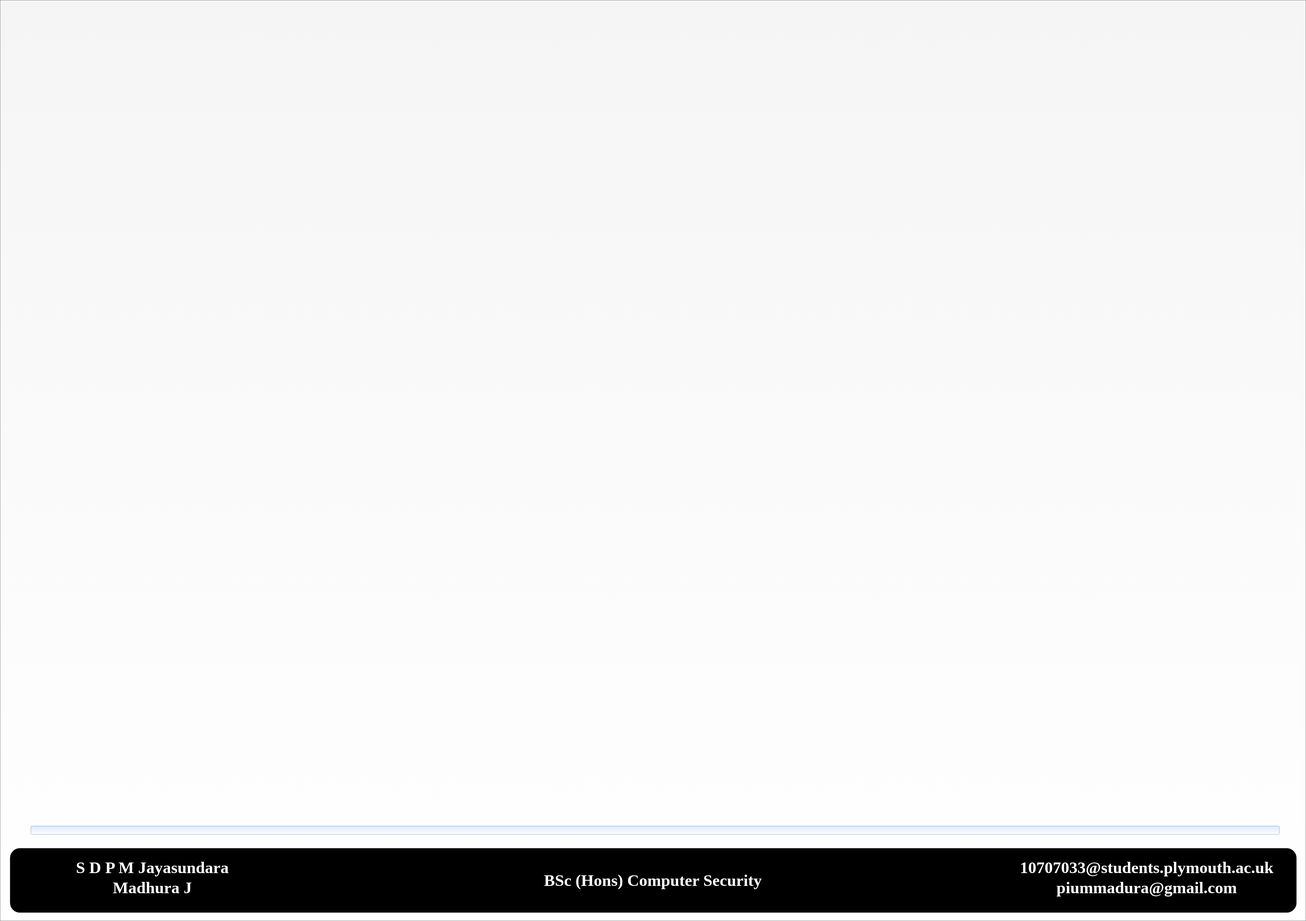
This is Test case 1/Untitled Diagram.drawio.svg from MaduraJ/Network-traffic-data-Visualization-tool-for-pfsense, a draw.io export, as it was before one commit. Source tidied: cells renumbered, new cells last; positions are measured from the earlier drawing's top-left corner, leaving out a move shared by most shapes.
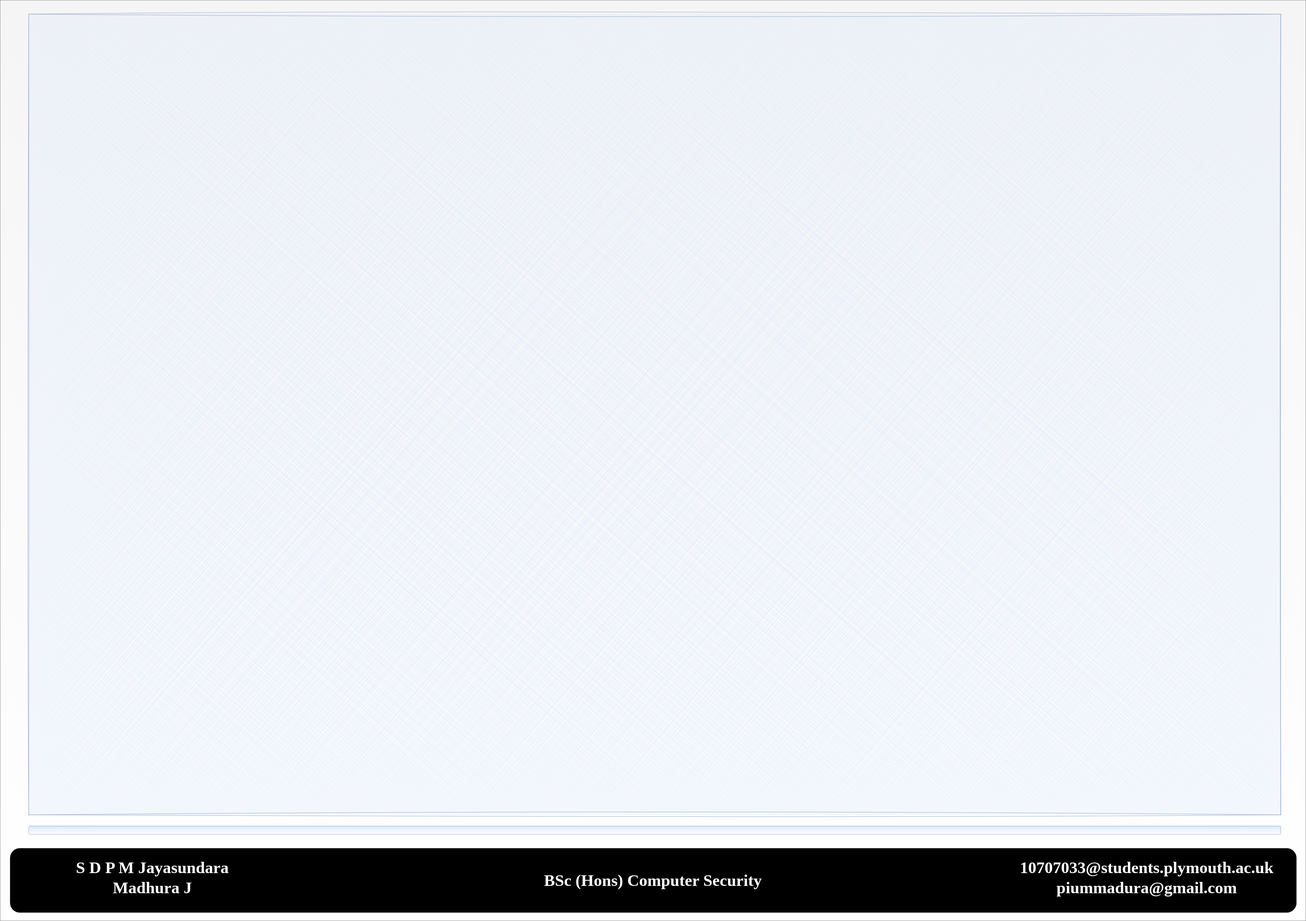
The same diagram one commit later.

Diff of the diagram source:
```diff
@@ -18,7 +18,10 @@
       <mxGeometry x="3600" y="3030" width="1020" height="230" as="geometry" />
     </mxCell>
     <mxCell id="7" style="rounded=1;whiteSpace=wrap;html=1;fontFamily=Times New Roman;fontSize=59;fillColor=#dae8fc;strokeColor=#6c8ebf;gradientColor=#ffffff;" parent="1" vertex="1">
-      <mxGeometry x="110" y="2960" width="4475" height="30" as="geometry" />
+      <mxGeometry x="102.5" y="2960" width="4487.5" height="30" as="geometry" />
     </mxCell>
+    <mxCell id="8" style="rounded=0;whiteSpace=wrap;html=1;fillColor=#dae8fc;strokeColor=#6c8ebf;gradientColor=#ffffff;sketch=1;fillStyle=cross-hatch;" parent="1" vertex="1">
+      <mxGeometry x="102.5" y="50" width="4487.5" height="2870" as="geometry" />
+    </mxCell>
   </root>
 </mxGraphModel>
```
